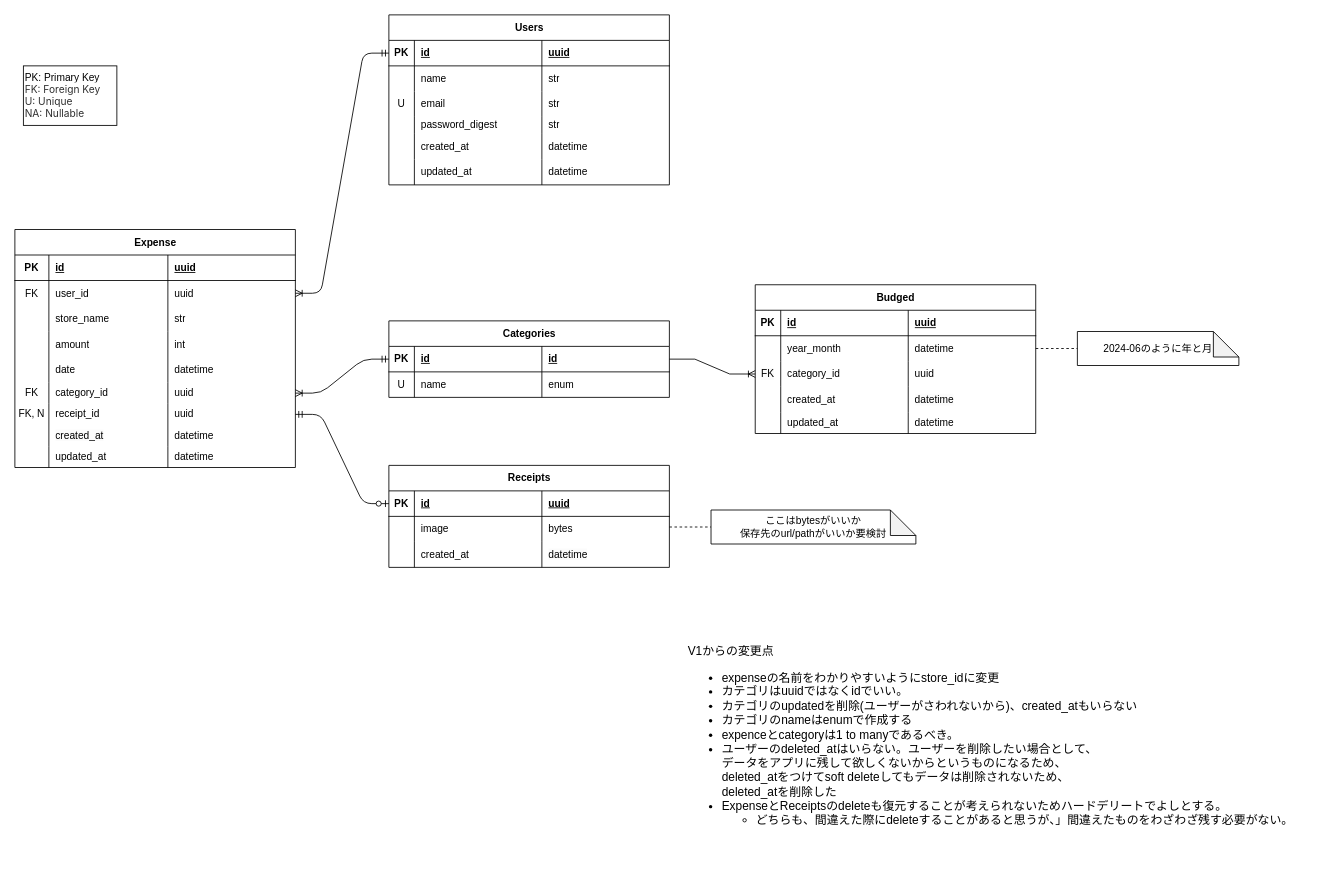
Before: architecture/ER/ER.drawio in ogaogs/receipt-scanner, a draw.io diagram. Source tidied: cells renumbered, new cells numbered last; positions are measured from the earlier drawing's top-left corner, leaving out a move shared by most shapes. Both pictures are drawn from the tidied source at 85%, with x=0, y=0 at pixel (14, 14).
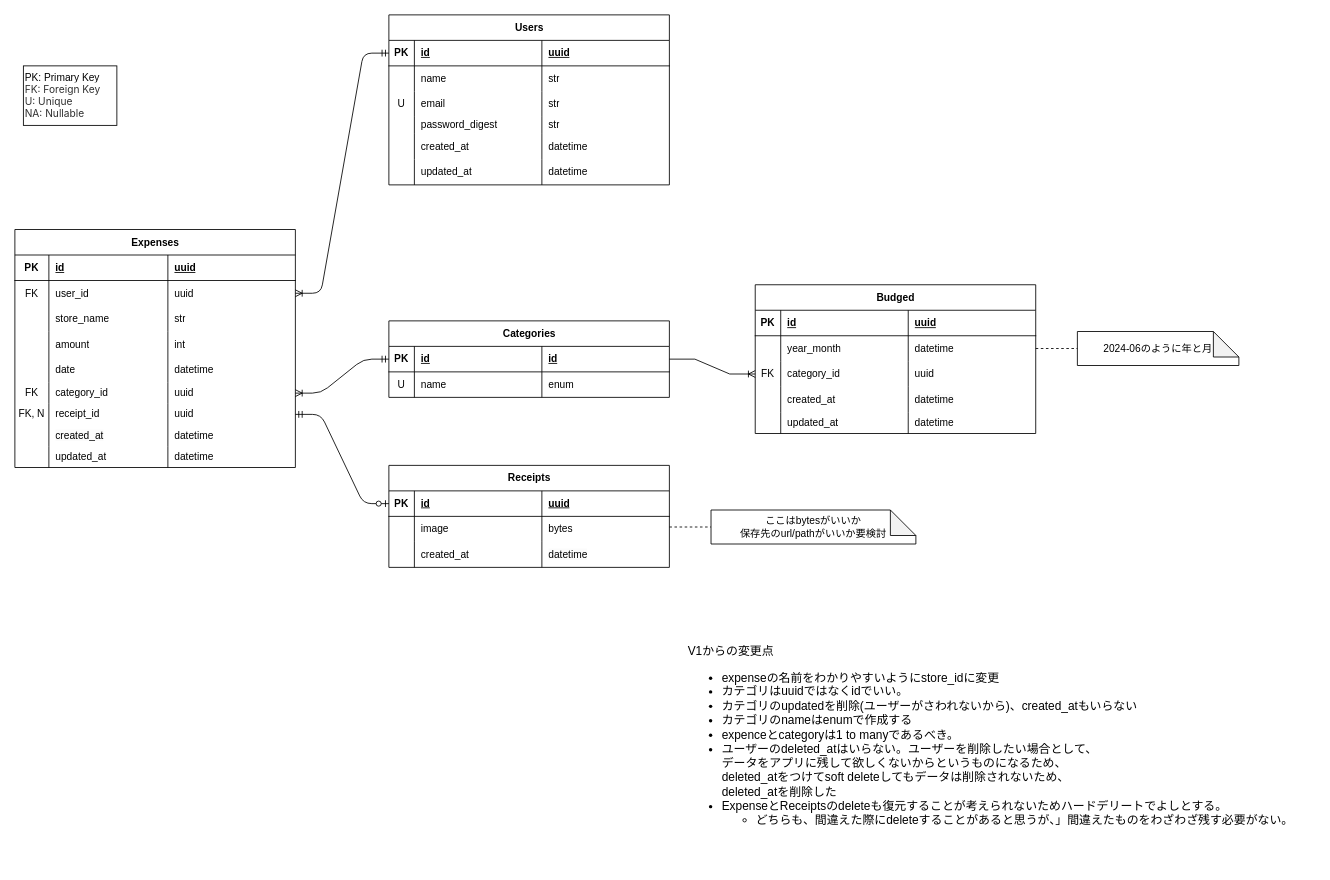
After the change.

Commit message (it also covers changes not shown here):
🗃️ expensesのタイポを修正 (#30)

The edit, as a diff of the source:
```diff
@@
-    <mxCell id="27" value="Expense" style="shape=table;startSize=30;childLayout=tableLayout;rowLines=0;fontStyle=1;align=center;html=1;" parent="1" vertex="1">
+    <mxCell id="27" value="Expenses" style="shape=table;startSize=30;childLayout=tableLayout;rowLines=0;fontStyle=1;align=center;html=1;" parent="1" vertex="1">
       <mxGeometry y="252.5" width="330" height="280" as="geometry" />
     </mxCell>
```
